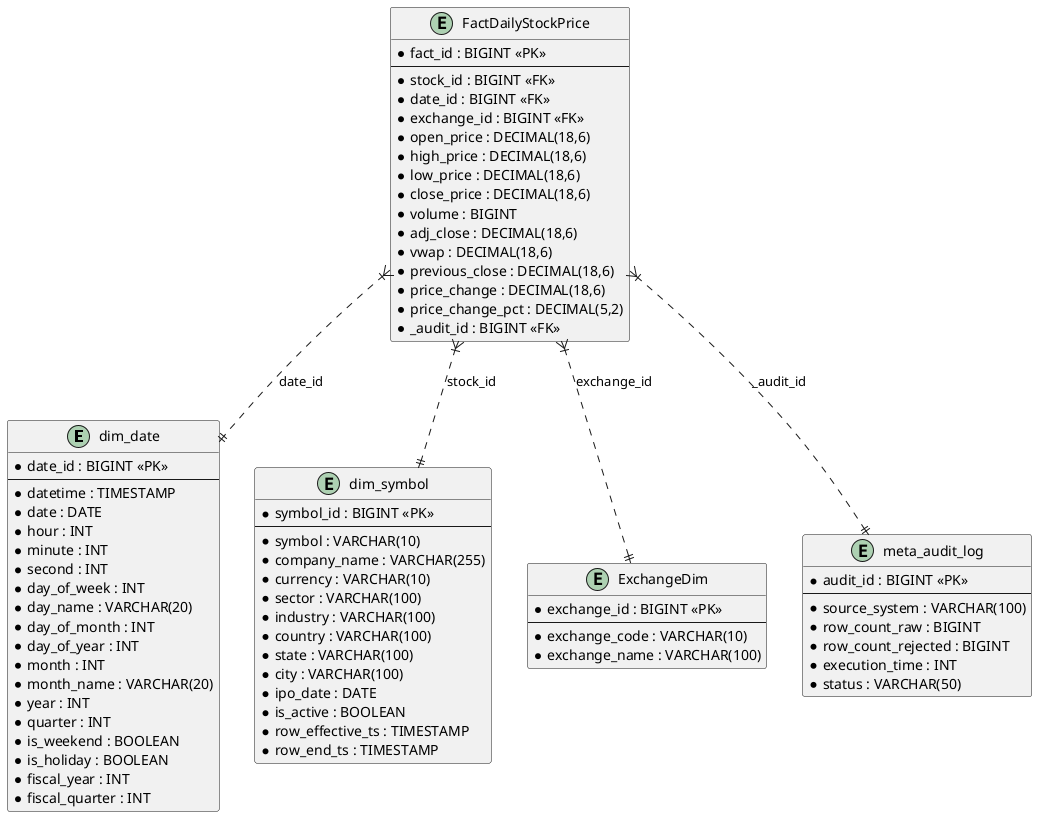
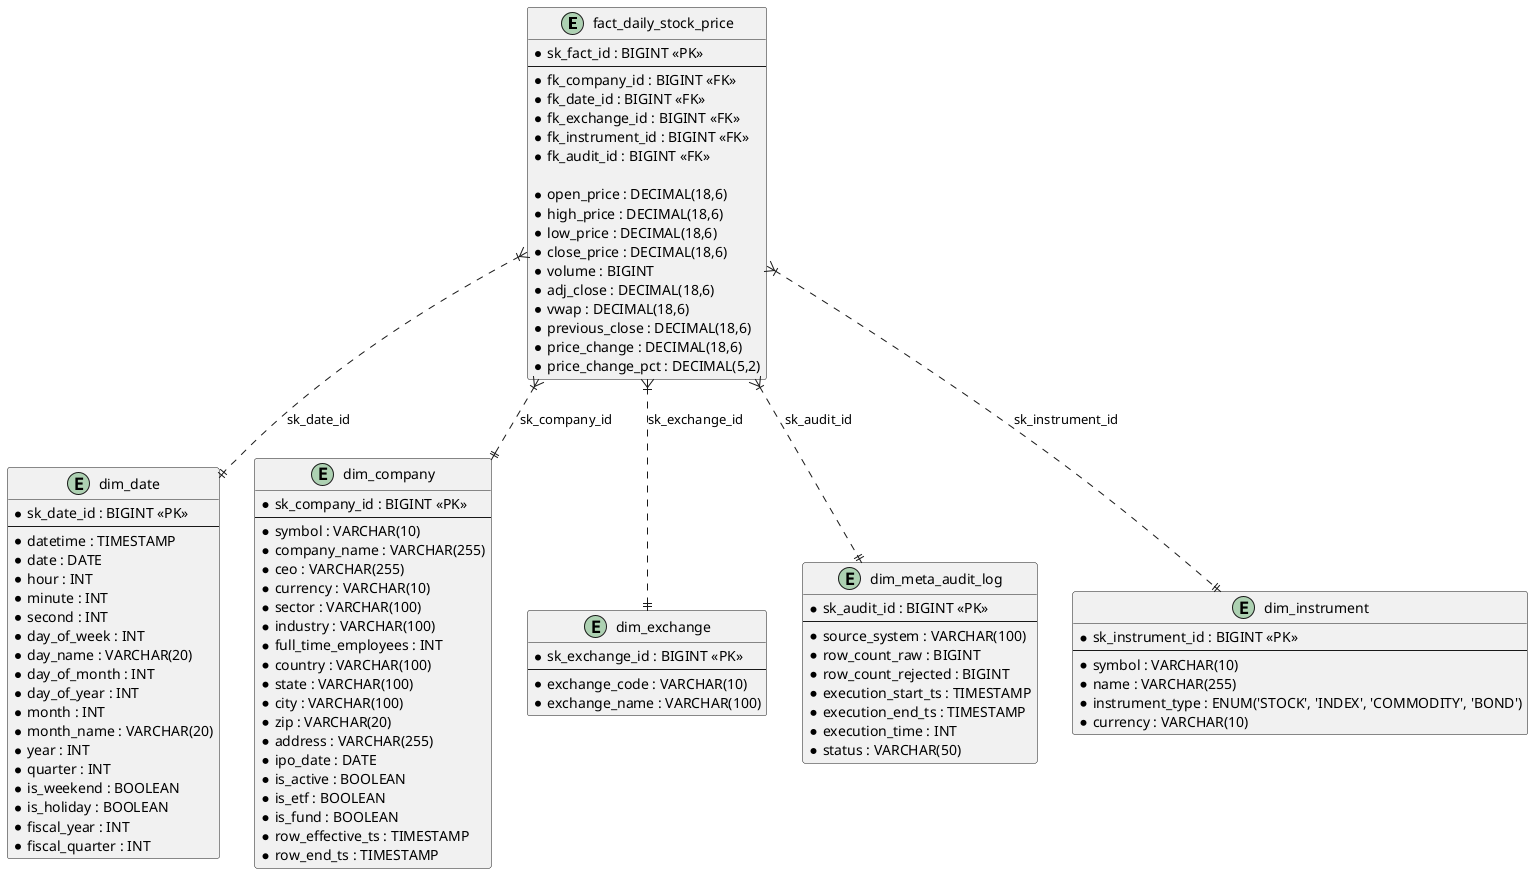
@startuml
+ entity "fact_daily_stock_price" {
+     * sk_fact_id : BIGINT <<PK>>
+ --
+     * fk_company_id : BIGINT <<FK>>
+     * fk_date_id : BIGINT <<FK>>
+     * fk_exchange_id : BIGINT <<FK>>
+     * fk_instrument_id : BIGINT <<FK>>
+     * fk_audit_id : BIGINT <<FK>>
+ 
+     * open_price : DECIMAL(18,6)
+     * high_price : DECIMAL(18,6)
+     * low_price : DECIMAL(18,6)
+     * close_price : DECIMAL(18,6)
+     * volume : BIGINT
+     * adj_close : DECIMAL(18,6)
+     * vwap : DECIMAL(18,6)
+     * previous_close : DECIMAL(18,6)
+     * price_change : DECIMAL(18,6)
+     * price_change_pct : DECIMAL(5,2)
+ }
+ 
entity "dim_date" {
-     * date_id : BIGINT <<PK>>
+     * sk_date_id : BIGINT <<PK>>
--
    * datetime : TIMESTAMP
    * date : DATE
    * hour : INT
    * minute : INT
    * second : INT
    * day_of_week : INT
    * day_name : VARCHAR(20)
    * day_of_month : INT
    * day_of_year : INT
    * month : INT
    * month_name : VARCHAR(20)
    * year : INT
    * quarter : INT
    * is_weekend : BOOLEAN
    * is_holiday : BOOLEAN
    * fiscal_year : INT
    * fiscal_quarter : INT
}

- entity "dim_symbol" {
-     * symbol_id : BIGINT <<PK>>
+ entity "dim_company" {
+     * sk_company_id : BIGINT <<PK>>
--
    * symbol : VARCHAR(10)
    * company_name : VARCHAR(255)
+     * ceo : VARCHAR(255)
    * currency : VARCHAR(10)
    * sector : VARCHAR(100)
    * industry : VARCHAR(100)
+     * full_time_employees : INT
    * country : VARCHAR(100)
    * state : VARCHAR(100)
    * city : VARCHAR(100)
+     * zip : VARCHAR(20)
+     * address : VARCHAR(255)
    * ipo_date : DATE
    * is_active : BOOLEAN
+     * is_etf : BOOLEAN
+     * is_fund : BOOLEAN
    * row_effective_ts : TIMESTAMP
    * row_end_ts : TIMESTAMP
}

- entity "ExchangeDim" {
-     * exchange_id : BIGINT <<PK>>
+ entity "dim_exchange" {
+     * sk_exchange_id : BIGINT <<PK>>
--
    * exchange_code : VARCHAR(10)
    * exchange_name : VARCHAR(100)
}

- entity "FactDailyStockPrice" {
-     * fact_id : BIGINT <<PK>>
- --
-     * stock_id : BIGINT <<FK>>
-     * date_id : BIGINT <<FK>>
-     * exchange_id : BIGINT <<FK>>
-     * open_price : DECIMAL(18,6)
-     * high_price : DECIMAL(18,6)
-     * low_price : DECIMAL(18,6)
-     * close_price : DECIMAL(18,6)
-     * volume : BIGINT
-     * adj_close : DECIMAL(18,6)
-     * vwap : DECIMAL(18,6)
-     * previous_close : DECIMAL(18,6)
-     * price_change : DECIMAL(18,6)
-     * price_change_pct : DECIMAL(5,2)
-     * _audit_id : BIGINT <<FK>>
- }
- 
- entity "meta_audit_log" {
-     * audit_id : BIGINT <<PK>>
+ entity "dim_meta_audit_log" {
+     * sk_audit_id : BIGINT <<PK>>
--
    * source_system : VARCHAR(100)
    * row_count_raw : BIGINT
    * row_count_rejected : BIGINT
+     * execution_start_ts : TIMESTAMP
+     * execution_end_ts : TIMESTAMP
    * execution_time : INT
    * status : VARCHAR(50)
}

- FactDailyStockPrice }|..|| dim_date : "date_id"
- FactDailyStockPrice }|..|| dim_symbol : "stock_id"
- FactDailyStockPrice }|..|| ExchangeDim : "exchange_id"
- FactDailyStockPrice }|..|| meta_audit_log : "_audit_id"
+ entity "dim_instrument" {
+     * sk_instrument_id : BIGINT <<PK>>
+ --
+     * symbol : VARCHAR(10)
+     * name : VARCHAR(255)
+     * instrument_type : ENUM('STOCK', 'INDEX', 'COMMODITY', 'BOND')
+     * currency : VARCHAR(10)
+ }
+ 
+ fact_daily_stock_price }|..|| dim_date : "sk_date_id"
+ fact_daily_stock_price }|..|| dim_company : "sk_company_id"
+ fact_daily_stock_price }|..|| dim_exchange : "sk_exchange_id"
+ fact_daily_stock_price }|..|| dim_instrument : "sk_instrument_id"
+ fact_daily_stock_price }|..|| dim_meta_audit_log : "sk_audit_id"
@enduml